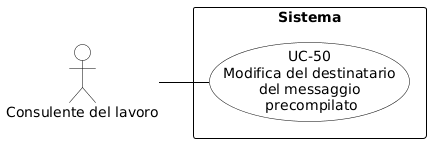
Above: RTB/Analisi dei Requisiti/diagrammi_use_case/UC-50.png in aLittleByte-19/Documentazione (PlantUML), before the change.
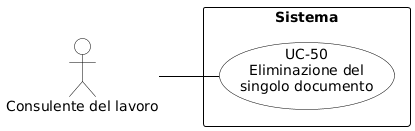
The same diagram one commit later.

What changed in the source:
```diff
@@ -2,8 +2,6 @@
 skinparam shadowing false
 skinparam defaultFontName Arial
 left to right direction
-skinparam nodesep 15
-skinparam ranksep 50
 
 skinparam usecase {
     BackgroundColor white
@@ -19,12 +17,11 @@
     FontStyle bold
 }
 
-actor "Consulente del lavoro" as CL
+actor "Consulente del lavoro" as cdl
 
 rectangle "Sistema" {
-    usecase "UC-50\nModifica del destinatario\ndel messaggio\n precompilato" as UC50
-
+    usecase "UC-50\nEliminazione del\nsingolo documento" as UC50
 }
 
-CL -- UC50
+cdl -- UC50
 @enduml
```
